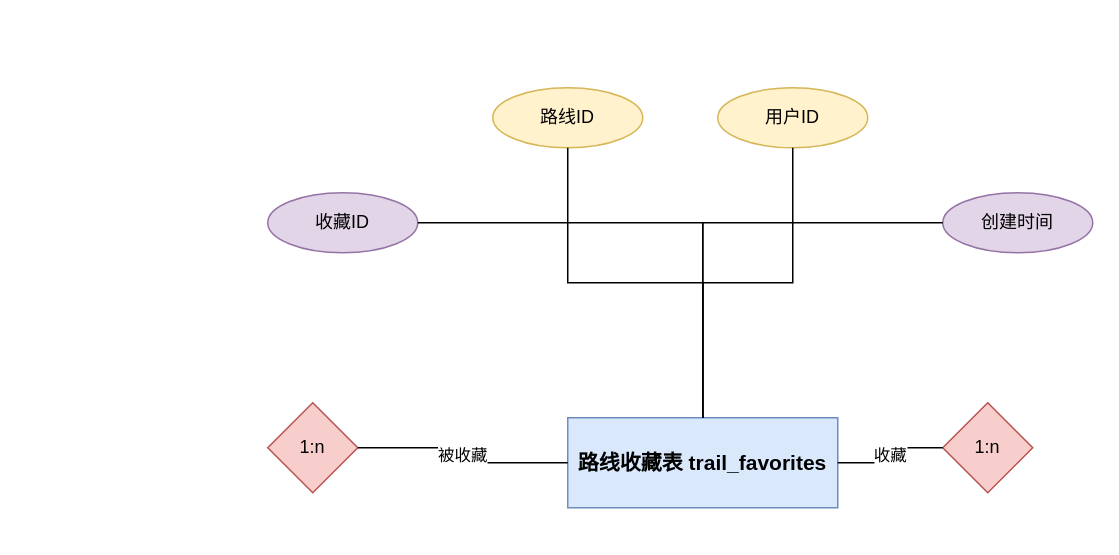
Before: DOCS/architecture-diagrams/sources/路线收藏表.drawio in 612cs/TrailQuest, a draw.io diagram. Source tidied: cells renumbered, new cells numbered last; positions are measured from the earlier drawing's top-left corner, leaving out a move shared by most shapes. Both pictures are drawn from the tidied source at 150%, with x=0, y=0 at pixel (267, 87).
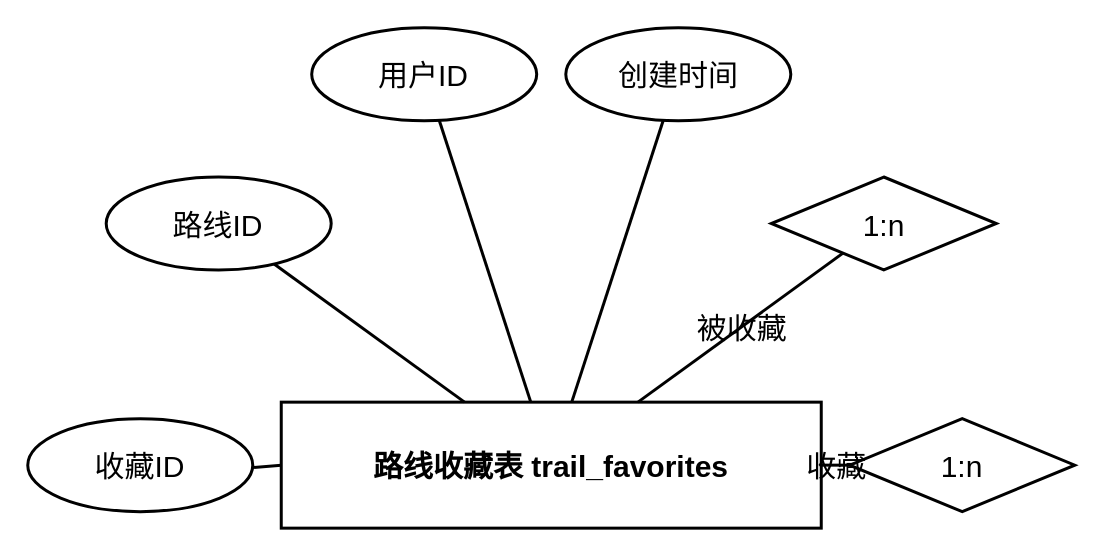
The same diagram, later.

Diff of the diagram source:
```diff
@@
 <mxGraphModel>
   <root>
     <mxCell id="0" />
     <mxCell id="1" parent="0" />
-    <mxCell id="2" value="路线收藏表 trail_favorites" style="rounded=0;whiteSpace=wrap;html=1;fillColor=#dae8fc;strokeColor=#6c8ebf;fontSize=14;fontStyle=1;" parent="1" vertex="1">
-      <mxGeometry x="200" y="220" width="180" height="60" as="geometry" />
+    <mxCell id="2" value="路线收藏表 trail_favorites" style="rounded=0;whiteSpace=wrap;html=1;fillColor=none;strokeColor=#000000;fontSize=20;fontStyle=1;gradientColor=none;fontColor=#000000;strokeWidth=2;shadow=0;glass=0;" parent="1" vertex="1">
+      <mxGeometry x="9" y="209.6" width="360" height="84" as="geometry" />
     </mxCell>
-    <mxCell id="3" value="收藏ID" style="ellipse;whiteSpace=wrap;html=1;fillColor=#e1d5e7;strokeColor=#9673a6;" parent="1" vertex="1">
-      <mxGeometry y="70" width="100" height="40" as="geometry" />
+    <mxCell id="3" value="收藏ID" style="ellipse;whiteSpace=wrap;html=1;fillColor=none;strokeColor=#000000;gradientColor=none;fontColor=#000000;fontSize=20;strokeWidth=2;shadow=0;glass=0;" parent="1" vertex="1">
+      <mxGeometry x="-160" y="220.6" width="150" height="62" as="geometry" />
     </mxCell>
-    <mxCell id="4" style="edgeStyle=orthogonalEdgeStyle;rounded=0;jettySize=auto;html=1;endArrow=none;endFill=0;" parent="1" edge="1" source="3" target="2">
+    <mxCell id="4" style="rounded=0;html=1;endArrow=none;endFill=0;strokeColor=#000000;strokeWidth=2;" parent="1" edge="1" source="3" target="2">
       <mxGeometry relative="1" as="geometry" />
     </mxCell>
-    <mxCell id="5" value="路线ID" style="ellipse;whiteSpace=wrap;html=1;fillColor=#fff2cc;strokeColor=#d6b656;" parent="1" vertex="1">
-      <mxGeometry x="150" width="100" height="40" as="geometry" />
+    <mxCell id="5" value="路线ID" style="ellipse;whiteSpace=wrap;html=1;fillColor=none;strokeColor=#000000;gradientColor=none;fontColor=#000000;fontSize=20;strokeWidth=2;shadow=0;glass=0;" parent="1" vertex="1">
+      <mxGeometry x="-107.7" y="59.5" width="150" height="62" as="geometry" />
     </mxCell>
-    <mxCell id="6" style="edgeStyle=orthogonalEdgeStyle;rounded=0;jettySize=auto;html=1;endArrow=none;endFill=0;" parent="1" edge="1" source="5" target="2">
+    <mxCell id="6" style="rounded=0;html=1;endArrow=none;endFill=0;strokeColor=#000000;strokeWidth=2;" parent="1" edge="1" source="5" target="2">
       <mxGeometry relative="1" as="geometry" />
     </mxCell>
-    <mxCell id="7" value="用户ID" style="ellipse;whiteSpace=wrap;html=1;fillColor=#fff2cc;strokeColor=#d6b656;" parent="1" vertex="1">
-      <mxGeometry x="300" width="100" height="40" as="geometry" />
+    <mxCell id="7" value="用户ID" style="ellipse;whiteSpace=wrap;html=1;fillColor=none;strokeColor=#000000;gradientColor=none;fontColor=#000000;fontSize=20;strokeWidth=2;shadow=0;glass=0;" parent="1" vertex="1">
+      <mxGeometry x="29.3" y="-40" width="150" height="62" as="geometry" />
     </mxCell>
-    <mxCell id="8" style="edgeStyle=orthogonalEdgeStyle;rounded=0;jettySize=auto;html=1;endArrow=none;endFill=0;" parent="1" edge="1" source="7" target="2">
+    <mxCell id="8" style="rounded=0;html=1;endArrow=none;endFill=0;strokeColor=#000000;strokeWidth=2;" parent="1" edge="1" source="7" target="2">
       <mxGeometry relative="1" as="geometry" />
     </mxCell>
-    <mxCell id="9" value="创建时间" style="ellipse;whiteSpace=wrap;html=1;fillColor=#e1d5e7;strokeColor=#9673a6;" parent="1" vertex="1">
-      <mxGeometry x="450" y="70" width="100" height="40" as="geometry" />
+    <mxCell id="9" value="创建时间" style="ellipse;whiteSpace=wrap;html=1;fillColor=none;strokeColor=#000000;gradientColor=none;fontColor=#000000;fontSize=20;strokeWidth=2;shadow=0;glass=0;" parent="1" vertex="1">
+      <mxGeometry x="198.7" y="-40" width="150" height="62" as="geometry" />
     </mxCell>
-    <mxCell id="10" style="edgeStyle=orthogonalEdgeStyle;rounded=0;jettySize=auto;html=1;endArrow=none;endFill=0;" parent="1" edge="1" source="9" target="2">
+    <mxCell id="10" style="rounded=0;html=1;endArrow=none;endFill=0;strokeColor=#000000;strokeWidth=2;" parent="1" edge="1" source="9" target="2">
       <mxGeometry relative="1" as="geometry" />
     </mxCell>
-    <mxCell id="11" value="1:n" style="rhombus;whiteSpace=wrap;html=1;fillColor=#f8cecc;strokeColor=#b85450;fontSize=12;" parent="1" vertex="1">
-      <mxGeometry y="210" width="60" height="60" as="geometry" />
+    <mxCell id="11" value="1:n" style="rhombus;whiteSpace=wrap;html=1;fillColor=none;strokeColor=#000000;fontSize=20;gradientColor=none;fontColor=#000000;strokeWidth=2;shadow=0;glass=0;" parent="1" vertex="1">
+      <mxGeometry x="335.7" y="59.5" width="150" height="62" as="geometry" />
     </mxCell>
-    <mxCell id="12" value="被收藏" style="edgeStyle=orthogonalEdgeStyle;rounded=0;jettySize=auto;html=1;endArrow=none;endFill=0;" parent="1" edge="1" source="11" target="2">
+    <mxCell id="12" value="被收藏" style="rounded=0;html=1;endArrow=none;endFill=0;strokeColor=#000000;strokeWidth=2;fontSize=20;fontColor=#000000;fontFamily=Arial;labelBackgroundColor=none;fillColor=none;gradientColor=none;shadow=0;" parent="1" edge="1" source="11" target="2">
       <mxGeometry relative="1" as="geometry" />
     </mxCell>
-    <mxCell id="13" value="1:n" style="rhombus;whiteSpace=wrap;html=1;fillColor=#f8cecc;strokeColor=#b85450;fontSize=12;" parent="1" vertex="1">
-      <mxGeometry x="450" y="210" width="60" height="60" as="geometry" />
+    <mxCell id="13" value="1:n" style="rhombus;whiteSpace=wrap;html=1;fillColor=none;strokeColor=#000000;fontSize=20;gradientColor=none;fontColor=#000000;strokeWidth=2;shadow=0;glass=0;" parent="1" vertex="1">
+      <mxGeometry x="388" y="220.6" width="150" height="62" as="geometry" />
     </mxCell>
-    <mxCell id="14" value="收藏" style="edgeStyle=orthogonalEdgeStyle;rounded=0;jettySize=auto;html=1;endArrow=none;endFill=0;" parent="1" edge="1" source="2" target="13">
+    <mxCell id="14" value="收藏" style="rounded=0;html=1;endArrow=none;endFill=0;strokeColor=#000000;strokeWidth=2;fontSize=20;fontColor=#000000;fontFamily=Arial;labelBackgroundColor=none;fillColor=none;gradientColor=none;shadow=0;" parent="1" edge="1" source="2" target="13">
       <mxGeometry relative="1" as="geometry" />
     </mxCell>
   </root>
 </mxGraphModel>
```
